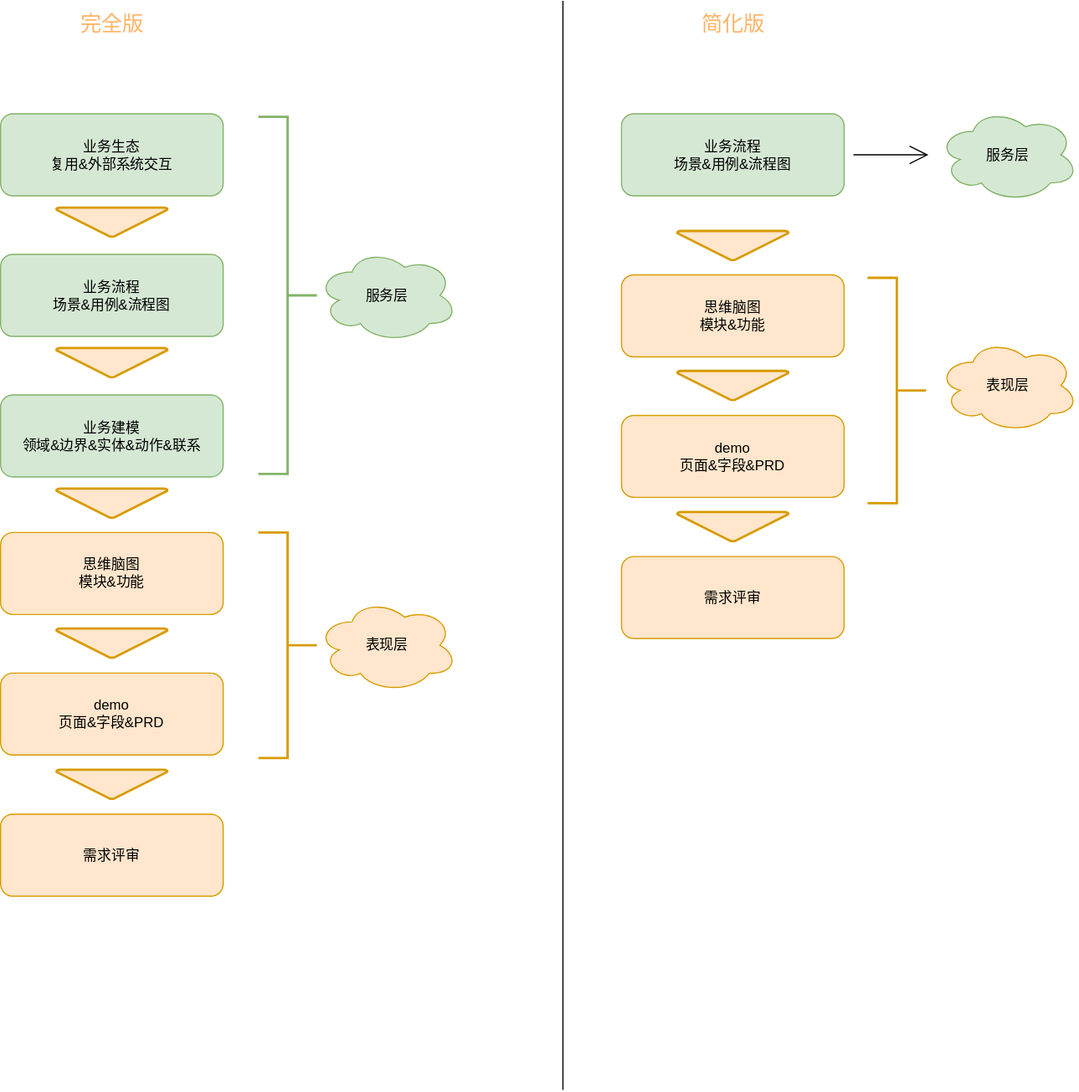
The draw.io diagram ddm.drawio.svg in fsdmp/diagrams, before a commit. Source tidied: cells renumbered, new cells last; positions are measured from the earlier drawing's top-left corner, leaving out a move shared by most shapes.
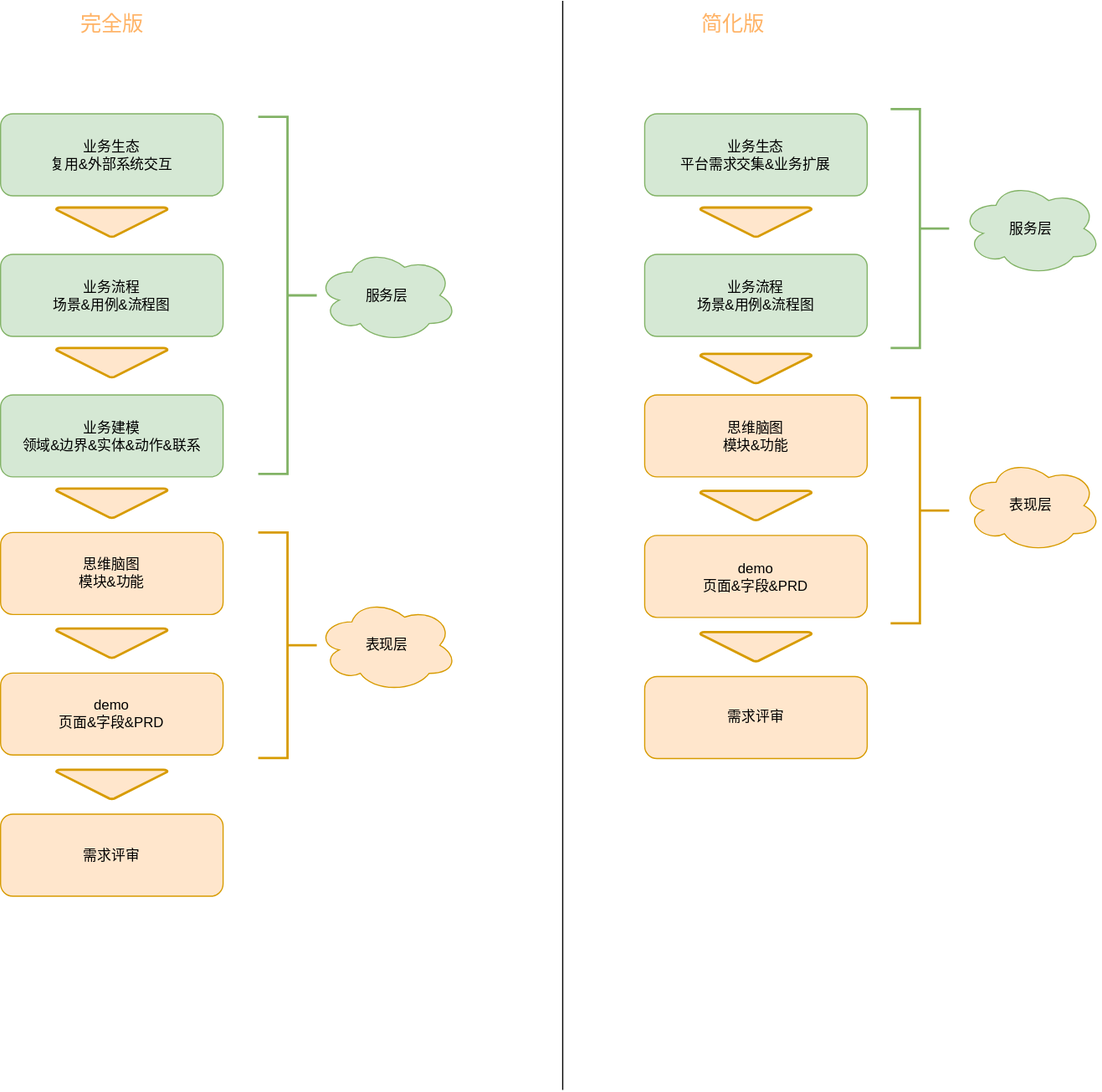
After the change.

Change to the diagram source:
```diff
@@ -44,41 +44,38 @@
     <mxCell id="15" style="strokeWidth=2;html=1;shape=mxgraph.flowchart.merge_or_storage;whiteSpace=wrap;hachureGap=4;fillColor=#ffe6cc;strokeColor=#d79b00;" parent="1" vertex="1">
       <mxGeometry x="47.5" y="656.5" width="95" height="25" as="geometry" />
     </mxCell>
-    <mxCell id="16" style="edgeStyle=none;curved=1;rounded=0;jettySize=auto;html=1;endArrow=open;startSize=14;endSize=14;sourcePerimeterSpacing=8;targetPerimeterSpacing=8;" parent="1" edge="1" source="17" target="22">
-      <mxGeometry relative="1" as="geometry" />
-    </mxCell>
     <mxCell id="17" value="业务流程&lt;br&gt;场景&amp;amp;用例&amp;amp;流程图&lt;br&gt;" style="rounded=1;whiteSpace=wrap;html=1;hachureGap=4;fillColor=#d5e8d4;strokeColor=#82b366;" parent="1" vertex="1">
-      <mxGeometry x="530" y="96.5" width="190" height="70" as="geometry" />
+      <mxGeometry x="550" y="216.5" width="190" height="70" as="geometry" />
     </mxCell>
     <mxCell id="18" value="demo&lt;br&gt;页面&amp;amp;字段&amp;amp;PRD&lt;br&gt;" style="rounded=1;whiteSpace=wrap;html=1;hachureGap=4;fillColor=#ffe6cc;strokeColor=#d79b00;" parent="1" vertex="1">
-      <mxGeometry x="530" y="354" width="190" height="70" as="geometry" />
+      <mxGeometry x="550" y="456.5" width="190" height="70" as="geometry" />
     </mxCell>
     <mxCell id="19" value="思维脑图&lt;br&gt;模块&amp;amp;功能&lt;br&gt;" style="rounded=1;whiteSpace=wrap;html=1;hachureGap=4;fillColor=#ffe6cc;strokeColor=#d79b00;" parent="1" vertex="1">
-      <mxGeometry x="530" y="234" width="190" height="70" as="geometry" />
+      <mxGeometry x="550" y="336.5" width="190" height="70" as="geometry" />
     </mxCell>
     <mxCell id="20" style="strokeWidth=2;html=1;shape=mxgraph.flowchart.merge_or_storage;whiteSpace=wrap;hachureGap=4;fillColor=#ffe6cc;strokeColor=#d79b00;" parent="1" vertex="1">
-      <mxGeometry x="577.5" y="196.5" width="95" height="25" as="geometry" />
+      <mxGeometry x="597.5" y="301.5" width="95" height="25" as="geometry" />
     </mxCell>
     <mxCell id="21" style="strokeWidth=2;html=1;shape=mxgraph.flowchart.merge_or_storage;whiteSpace=wrap;hachureGap=4;fillColor=#ffe6cc;strokeColor=#d79b00;" parent="1" vertex="1">
-      <mxGeometry x="577.5" y="316" width="95" height="25" as="geometry" />
+      <mxGeometry x="597.5" y="418.5" width="95" height="25" as="geometry" />
     </mxCell>
     <mxCell id="22" value="服务层" style="ellipse;shape=cloud;whiteSpace=wrap;html=1;hachureGap=4;fillColor=#d5e8d4;strokeColor=#82b366;" parent="1" vertex="1">
-      <mxGeometry x="800" y="91.5" width="120" height="80" as="geometry" />
+      <mxGeometry x="820" y="154.5" width="120" height="80" as="geometry" />
     </mxCell>
     <mxCell id="23" value="表现层" style="ellipse;shape=cloud;whiteSpace=wrap;html=1;hachureGap=4;fillColor=#ffe6cc;strokeColor=#d79b00;" parent="1" vertex="1">
-      <mxGeometry x="800" y="288.5" width="120" height="80" as="geometry" />
+      <mxGeometry x="820" y="391" width="120" height="80" as="geometry" />
     </mxCell>
     <mxCell id="24" value="需求评审&lt;br&gt;" style="rounded=1;whiteSpace=wrap;html=1;hachureGap=4;fillColor=#ffe6cc;strokeColor=#d79b00;" parent="1" vertex="1">
-      <mxGeometry x="530" y="474.5" width="190" height="70" as="geometry" />
+      <mxGeometry x="550" y="577" width="190" height="70" as="geometry" />
     </mxCell>
     <mxCell id="25" style="strokeWidth=2;html=1;shape=mxgraph.flowchart.merge_or_storage;whiteSpace=wrap;hachureGap=4;fillColor=#ffe6cc;strokeColor=#d79b00;" parent="1" vertex="1">
-      <mxGeometry x="577.5" y="436.5" width="95" height="25" as="geometry" />
+      <mxGeometry x="597.5" y="539" width="95" height="25" as="geometry" />
     </mxCell>
     <mxCell id="26" style="strokeWidth=2;html=1;shape=mxgraph.flowchart.annotation_2;align=left;labelPosition=right;hachureGap=4;direction=west;fillColor=#ffe6cc;strokeColor=#d79b00;" parent="1" vertex="1">
       <mxGeometry x="220" y="454" width="50" height="192.5" as="geometry" />
     </mxCell>
     <mxCell id="27" style="strokeWidth=2;html=1;shape=mxgraph.flowchart.annotation_2;align=left;labelPosition=right;hachureGap=4;direction=west;fillColor=#ffe6cc;strokeColor=#d79b00;" parent="1" vertex="1">
-      <mxGeometry x="740" y="236.5" width="50" height="192.5" as="geometry" />
+      <mxGeometry x="760" y="339" width="50" height="192.5" as="geometry" />
     </mxCell>
     <mxCell id="28" style="endArrow=none;html=1;startSize=14;endSize=14;sourcePerimeterSpacing=8;targetPerimeterSpacing=8;" parent="1" edge="1">
       <mxGeometry relative="1" as="geometry">
@@ -92,5 +89,14 @@
     <mxCell id="30" value="简化版" style="text;html=1;align=center;verticalAlign=middle;fillColor=none;strokeColor=none;rounded=0;hachureGap=4;fontSize=18;fontColor=#FFB366;" parent="1" vertex="1">
       <mxGeometry x="590" y="5" width="70" height="30" as="geometry" />
     </mxCell>
+    <mxCell id="31" value="业务生态&lt;br&gt;平台需求交集&amp;amp;业务扩展&lt;br&gt;" style="rounded=1;whiteSpace=wrap;html=1;hachureGap=4;fillColor=#d5e8d4;strokeColor=#82b366;" parent="1" vertex="1">
+      <mxGeometry x="550" y="96.5" width="190" height="70" as="geometry" />
+    </mxCell>
+    <mxCell id="32" style="strokeWidth=2;html=1;shape=mxgraph.flowchart.merge_or_storage;whiteSpace=wrap;hachureGap=4;fillColor=#ffe6cc;strokeColor=#d79b00;" parent="1" vertex="1">
+      <mxGeometry x="597.5" y="176.5" width="95" height="25" as="geometry" />
+    </mxCell>
+    <mxCell id="33" style="strokeWidth=2;html=1;shape=mxgraph.flowchart.annotation_2;align=left;labelPosition=right;hachureGap=4;direction=west;fillColor=#d5e8d4;strokeColor=#82b366;" parent="1" vertex="1">
+      <mxGeometry x="760" y="92.5" width="50" height="204" as="geometry" />
+    </mxCell>
   </root>
 </mxGraphModel>
```
